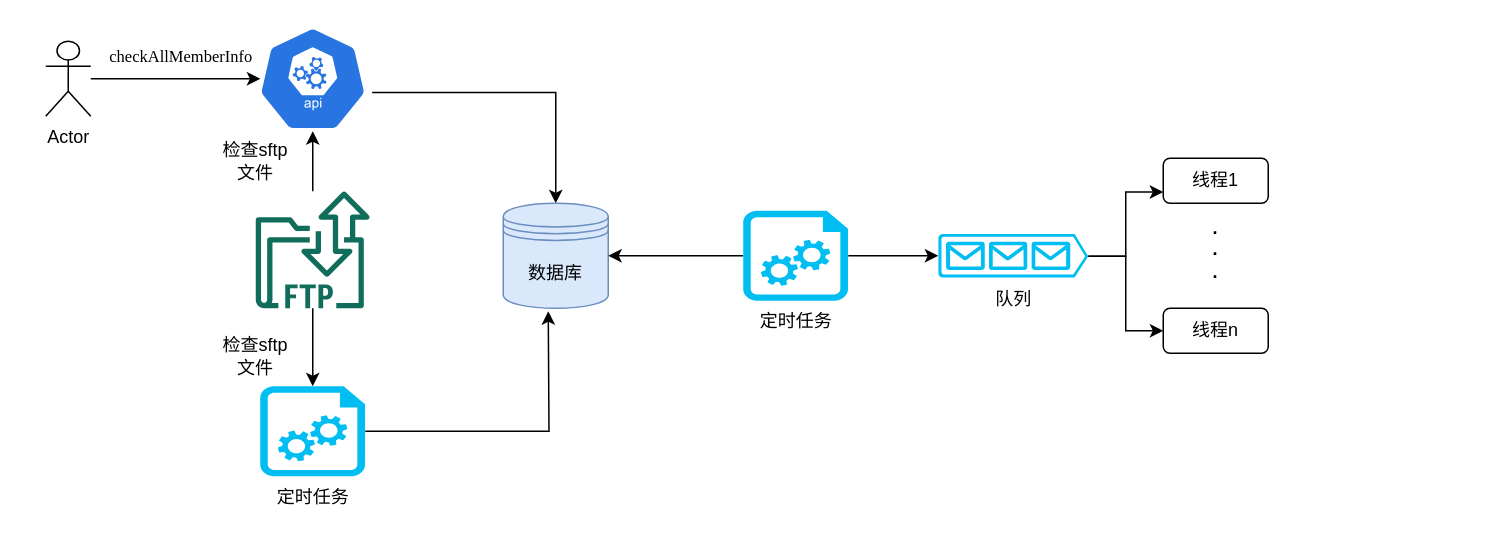
Before: readAudit.drawio in yihancheng/DevOps, a draw.io diagram. Source tidied: cells renumbered, new cells numbered last; positions are measured from the earlier drawing's top-left corner, leaving out a move shared by most shapes. Both pictures are drawn from the tidied source at 150%, with x=0, y=0 at pixel (45, 26).
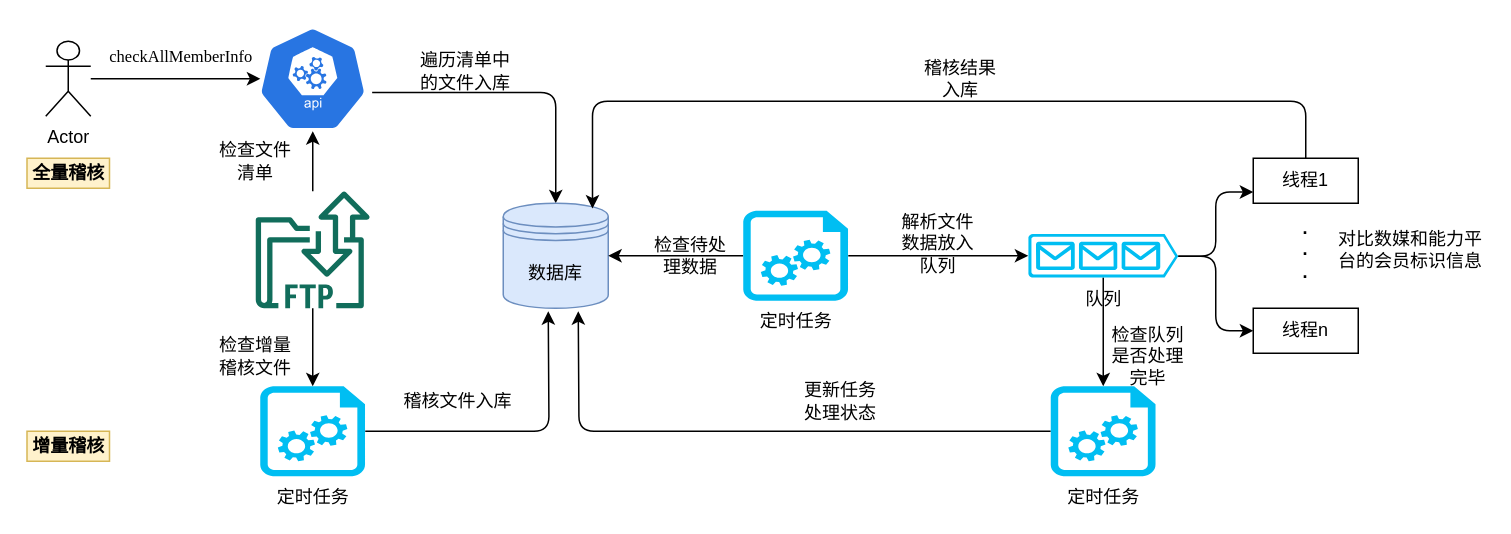
After the change.

Unchanged cells that the change refers to:
```xml
<mxCell id="3" value="定时任务" style="verticalLabelPosition=bottom;html=1;verticalAlign=top;align=center;strokeColor=none;fillColor=#00BEF2;shape=mxgraph.azure.startup_task;" parent="1" vertex="1">
  <mxGeometry x="143" y="240" width="70" height="60" as="geometry" />
</mxCell>
<mxCell id="5" style="html=1;dashed=0;whitespace=wrap;fillColor=#2875E2;strokeColor=#ffffff;points=[[0.005,0.63,0],[0.1,0.2,0],[0.9,0.2,0],[0.5,0,0],[0.995,0.63,0],[0.72,0.99,0],[0.5,1,0],[0.28,0.99,0]];shape=mxgraph.kubernetes.icon;prIcon=api;" parent="1" vertex="1">
  <mxGeometry x="138" width="80" height="70" as="geometry" />
</mxCell>
<mxCell id="6" value="数据库" style="shape=datastore;whiteSpace=wrap;html=1;fillColor=#dae8fc;strokeColor=#6c8ebf;" parent="1" vertex="1">
  <mxGeometry x="305" y="118" width="70" height="70" as="geometry" />
</mxCell>
<mxCell id="9" style="outlineConnect=0;fontColor=#232F3E;gradientColor=none;fillColor=#116D5B;strokeColor=none;dashed=0;verticalLabelPosition=bottom;verticalAlign=top;align=center;html=1;fontSize=12;fontStyle=0;shape=mxgraph.aws4.transfer_for_ftp_resource;" parent="1" vertex="1">
  <mxGeometry x="140" y="110" width="76" height="78" as="geometry" />
</mxCell>
<mxCell id="12" value="定时任务" style="verticalLabelPosition=bottom;html=1;verticalAlign=top;align=center;strokeColor=none;fillColor=#00BEF2;shape=mxgraph.azure.startup_task;" parent="1" vertex="1">
  <mxGeometry x="465" y="123" width="70" height="60" as="geometry" />
</mxCell>
<mxCell id="20" value="Actor" style="shape=umlActor;verticalLabelPosition=bottom;verticalAlign=top;html=1;outlineConnect=0;" parent="1" vertex="1">
  <mxGeometry y="10" width="30" height="50" as="geometry" />
</mxCell>
```

Change to the diagram source:
```diff
@@
-    <mxCell id="2" style="edgeStyle=orthogonalEdgeStyle;rounded=0;jettySize=auto;html=1;exitX=1;exitY=0.5;exitDx=0;exitDy=0;exitPerimeter=0;" parent="1" edge="1" source="3">
+    <mxCell id="2" style="edgeStyle=orthogonalEdgeStyle;jettySize=auto;html=1;exitX=1;exitY=0.5;exitDx=0;exitDy=0;exitPerimeter=0;" parent="1" edge="1" source="3">
       <mxGeometry relative="1" as="geometry">
         <mxPoint x="335" y="190" as="targetPoint" />
       </mxGeometry>
     </mxCell>
@@
-    <mxCell id="4" style="edgeStyle=orthogonalEdgeStyle;rounded=0;jettySize=auto;html=1;exitX=0.995;exitY=0.63;exitDx=0;exitDy=0;exitPerimeter=0;entryX=0.5;entryY=0;entryDx=0;entryDy=0;" parent="1" edge="1" source="5" target="6">
+    <mxCell id="4" style="edgeStyle=orthogonalEdgeStyle;jettySize=auto;html=1;exitX=0.995;exitY=0.63;exitDx=0;exitDy=0;exitPerimeter=0;entryX=0.5;entryY=0;entryDx=0;entryDy=0;" parent="1" edge="1" source="5" target="6">
       <mxGeometry relative="1" as="geometry" />
     </mxCell>
@@
-    <mxCell id="7" style="edgeStyle=orthogonalEdgeStyle;rounded=0;jettySize=auto;html=1;" parent="1" edge="1" source="9" target="5">
+    <mxCell id="7" style="edgeStyle=orthogonalEdgeStyle;jettySize=auto;html=1;" parent="1" edge="1" source="9" target="5">
       <mxGeometry relative="1" as="geometry" />
     </mxCell>
-    <mxCell id="8" style="edgeStyle=orthogonalEdgeStyle;rounded=0;jettySize=auto;html=1;" parent="1" edge="1" source="9" target="3">
+    <mxCell id="8" style="edgeStyle=orthogonalEdgeStyle;jettySize=auto;html=1;" parent="1" edge="1" source="9" target="3">
       <mxGeometry relative="1" as="geometry" />
     </mxCell>
@@
-    <mxCell id="10" style="edgeStyle=orthogonalEdgeStyle;rounded=0;jettySize=auto;html=1;exitX=0;exitY=0.5;exitDx=0;exitDy=0;exitPerimeter=0;entryX=1;entryY=0.5;entryDx=0;entryDy=0;" parent="1" edge="1" source="12" target="6">
+    <mxCell id="10" style="edgeStyle=orthogonalEdgeStyle;jettySize=auto;html=1;exitX=0;exitY=0.5;exitDx=0;exitDy=0;exitPerimeter=0;entryX=1;entryY=0.5;entryDx=0;entryDy=0;" parent="1" edge="1" source="12" target="6">
       <mxGeometry relative="1" as="geometry" />
     </mxCell>
-    <mxCell id="11" style="edgeStyle=orthogonalEdgeStyle;rounded=0;jettySize=auto;html=1;exitX=1;exitY=0.5;exitDx=0;exitDy=0;exitPerimeter=0;entryX=0;entryY=0.5;entryDx=0;entryDy=0;entryPerimeter=0;" parent="1" edge="1" source="12" target="15">
+    <mxCell id="11" style="edgeStyle=orthogonalEdgeStyle;jettySize=auto;html=1;exitX=1;exitY=0.5;exitDx=0;exitDy=0;exitPerimeter=0;entryX=0;entryY=0.5;entryDx=0;entryDy=0;entryPerimeter=0;" parent="1" edge="1" source="12" target="15">
       <mxGeometry relative="1" as="geometry" />
     </mxCell>
@@
-    <mxCell id="13" style="edgeStyle=orthogonalEdgeStyle;rounded=0;jettySize=auto;html=1;exitX=1;exitY=0.51;exitDx=0;exitDy=0;exitPerimeter=0;entryX=0;entryY=0.75;entryDx=0;entryDy=0;" parent="1" edge="1" source="15" target="16">
+    <mxCell id="13" style="edgeStyle=orthogonalEdgeStyle;jettySize=auto;html=1;exitX=1;exitY=0.51;exitDx=0;exitDy=0;exitPerimeter=0;entryX=0;entryY=0.75;entryDx=0;entryDy=0;" parent="1" edge="1" source="15" target="16">
       <mxGeometry relative="1" as="geometry" />
     </mxCell>
-    <mxCell id="14" style="edgeStyle=orthogonalEdgeStyle;rounded=0;jettySize=auto;html=1;exitX=1;exitY=0.51;exitDx=0;exitDy=0;exitPerimeter=0;entryX=0;entryY=0.5;entryDx=0;entryDy=0;" parent="1" edge="1" source="15" target="17">
+    <mxCell id="14" style="edgeStyle=orthogonalEdgeStyle;jettySize=auto;html=1;exitX=1;exitY=0.51;exitDx=0;exitDy=0;exitPerimeter=0;entryX=0;entryY=0.5;entryDx=0;entryDy=0;" parent="1" edge="1" source="15" target="17">
       <mxGeometry relative="1" as="geometry" />
     </mxCell>
+    <mxCell id="24" style="edgeStyle=orthogonalEdgeStyle;jettySize=auto;html=1;exitX=0.5;exitY=1;exitDx=0;exitDy=0;exitPerimeter=0;fontColor=#000000;" parent="1" edge="1" source="15" target="35">
+      <mxGeometry relative="1" as="geometry" />
+    </mxCell>
     <mxCell id="15" value="队列" style="verticalLabelPosition=bottom;html=1;verticalAlign=top;align=center;strokeColor=none;fillColor=#00BEF2;shape=mxgraph.azure.queue_generic;" parent="1" vertex="1">
-      <mxGeometry x="595" y="138.5" width="100" height="29" as="geometry" />
+      <mxGeometry x="655" y="138.5" width="100" height="29" as="geometry" />
     </mxCell>
+    <mxCell id="25" style="edgeStyle=orthogonalEdgeStyle;jettySize=auto;html=1;exitX=0.5;exitY=0;exitDx=0;exitDy=0;entryX=0.85;entryY=0.05;entryDx=0;entryDy=0;entryPerimeter=0;fontColor=#000000;" parent="1" edge="1" source="16" target="6">
+      <mxGeometry relative="1" as="geometry">
+        <Array as="points">
+          <mxPoint x="840" y="50" />
+          <mxPoint x="365" y="50" />
+        </Array>
+      </mxGeometry>
+    </mxCell>
-    <mxCell id="16" value="线程1" style="rounded=1;whiteSpace=wrap;html=1;" parent="1" vertex="1">
-      <mxGeometry x="745" y="88" width="70" height="30" as="geometry" />
+    <mxCell id="16" value="线程1" style="whiteSpace=wrap;html=1;" parent="1" vertex="1">
+      <mxGeometry x="805" y="88" width="70" height="30" as="geometry" />
     </mxCell>
-    <mxCell id="17" value="线程n" style="rounded=1;whiteSpace=wrap;html=1;" parent="1" vertex="1">
-      <mxGeometry x="745" y="188" width="70" height="30" as="geometry" />
+    <mxCell id="17" value="线程n" style="whiteSpace=wrap;html=1;" parent="1" vertex="1">
+      <mxGeometry x="805" y="188" width="70" height="30" as="geometry" />
     </mxCell>
-    <mxCell id="18" value=".&lt;br&gt;.&lt;br&gt;." style="text;html=1;strokeColor=none;fillColor=none;align=center;verticalAlign=middle;whiteSpace=wrap;rounded=0;fontStyle=1;" parent="1" vertex="1">
-      <mxGeometry x="760" y="138.5" width="40" height="20" as="geometry" />
+    <mxCell id="18" value=".&lt;br&gt;.&lt;br&gt;." style="text;html=1;strokeColor=none;fillColor=none;align=center;verticalAlign=middle;whiteSpace=wrap;fontStyle=1;" parent="1" vertex="1">
+      <mxGeometry x="820" y="138.5" width="40" height="20" as="geometry" />
     </mxCell>
-    <mxCell id="19" style="edgeStyle=orthogonalEdgeStyle;rounded=0;jettySize=auto;html=1;entryX=0.063;entryY=0.5;entryDx=0;entryDy=0;entryPerimeter=0;" parent="1" edge="1" source="20" target="5">
+    <mxCell id="19" style="edgeStyle=orthogonalEdgeStyle;jettySize=auto;html=1;entryX=0.063;entryY=0.5;entryDx=0;entryDy=0;entryPerimeter=0;" parent="1" edge="1" source="20" target="5">
       <mxGeometry relative="1" as="geometry" />
     </mxCell>
@@
-    <mxCell id="22" value="检查sftp文件" style="text;html=1;strokeColor=none;fillColor=none;align=center;verticalAlign=middle;whiteSpace=wrap;rounded=0;" parent="1" vertex="1">
+    <mxCell id="22" value="检查文件清单" style="text;html=1;strokeColor=none;fillColor=none;align=center;verticalAlign=middle;whiteSpace=wrap;" parent="1" vertex="1">
       <mxGeometry x="115" y="80" width="50" height="20" as="geometry" />
     </mxCell>
-    <mxCell id="23" value="检查sftp文件" style="text;html=1;strokeColor=none;fillColor=none;align=center;verticalAlign=middle;whiteSpace=wrap;rounded=0;" parent="1" vertex="1">
+    <mxCell id="23" value="检查增量稽核文件" style="text;html=1;strokeColor=none;fillColor=none;align=center;verticalAlign=middle;whiteSpace=wrap;" parent="1" vertex="1">
       <mxGeometry x="115" y="210" width="50" height="20" as="geometry" />
     </mxCell>
+    <mxCell id="26" value="检查待处理数据" style="text;html=1;strokeColor=none;fillColor=none;align=center;verticalAlign=middle;whiteSpace=wrap;" parent="1" vertex="1">
+      <mxGeometry x="405" y="143" width="50" height="20" as="geometry" />
+    </mxCell>
+    <mxCell id="27" value="增量稽核" style="text;html=1;strokeColor=#d6b656;fillColor=#fff2cc;align=center;verticalAlign=middle;whiteSpace=wrap;fontStyle=1;labelBackgroundColor=none;" parent="1" vertex="1">
+      <mxGeometry x="-12.5" y="270" width="55" height="20" as="geometry" />
+    </mxCell>
+    <mxCell id="28" value="全量稽核" style="text;html=1;strokeColor=#d6b656;fillColor=#fff2cc;align=center;verticalAlign=middle;whiteSpace=wrap;fontStyle=1;" parent="1" vertex="1">
+      <mxGeometry x="-12.5" y="88" width="55" height="20" as="geometry" />
+    </mxCell>
+    <mxCell id="29" value="遍历清单中的文件入库" style="text;html=1;strokeColor=none;fillColor=none;align=center;verticalAlign=middle;whiteSpace=wrap;" parent="1" vertex="1">
+      <mxGeometry x="245" y="20" width="70" height="20" as="geometry" />
+    </mxCell>
+    <mxCell id="30" value="稽核文件入库" style="text;html=1;strokeColor=none;fillColor=none;align=center;verticalAlign=middle;whiteSpace=wrap;" parent="1" vertex="1">
+      <mxGeometry x="235" y="240" width="80" height="20" as="geometry" />
+    </mxCell>
+    <mxCell id="31" value="解析文件数据放入队列" style="text;html=1;strokeColor=none;fillColor=none;align=center;verticalAlign=middle;whiteSpace=wrap;labelBackgroundColor=none;fontColor=#000000;" parent="1" vertex="1">
+      <mxGeometry x="565" y="134.5" width="60" height="20" as="geometry" />
+    </mxCell>
+    <mxCell id="32" value="对比数媒和能力平台的会员标识信息" style="text;html=1;strokeColor=none;fillColor=none;align=center;verticalAlign=middle;whiteSpace=wrap;labelBackgroundColor=none;fontColor=#000000;" parent="1" vertex="1">
+      <mxGeometry x="860" y="139" width="100" height="20" as="geometry" />
+    </mxCell>
+    <mxCell id="33" value="稽核结果入库" style="text;html=1;strokeColor=none;fillColor=none;align=center;verticalAlign=middle;whiteSpace=wrap;labelBackgroundColor=none;fontColor=#000000;" parent="1" vertex="1">
+      <mxGeometry x="585" y="25" width="50" height="20" as="geometry" />
+    </mxCell>
+    <mxCell id="34" style="edgeStyle=orthogonalEdgeStyle;jettySize=auto;html=1;exitX=0;exitY=0.5;exitDx=0;exitDy=0;exitPerimeter=0;fontColor=#000000;" parent="1" edge="1" source="35">
+      <mxGeometry relative="1" as="geometry">
+        <mxPoint x="355" y="190" as="targetPoint" />
+      </mxGeometry>
+    </mxCell>
+    <mxCell id="35" value="定时任务" style="verticalLabelPosition=bottom;html=1;verticalAlign=top;align=center;strokeColor=none;fillColor=#00BEF2;shape=mxgraph.azure.startup_task;" parent="1" vertex="1">
+      <mxGeometry x="670" y="240" width="70" height="60" as="geometry" />
+    </mxCell>
+    <mxCell id="36" value="检查队列是否处理完毕" style="text;html=1;strokeColor=none;fillColor=none;align=center;verticalAlign=middle;whiteSpace=wrap;labelBackgroundColor=none;fontColor=#000000;" parent="1" vertex="1">
+      <mxGeometry x="705" y="210" width="60" height="20" as="geometry" />
+    </mxCell>
+    <mxCell id="37" value="更新任务处理状态" style="text;html=1;strokeColor=none;fillColor=none;align=center;verticalAlign=middle;whiteSpace=wrap;labelBackgroundColor=none;fontColor=#000000;" parent="1" vertex="1">
+      <mxGeometry x="505" y="240" width="50" height="20" as="geometry" />
+    </mxCell>
```
